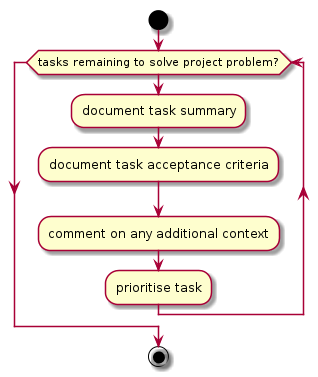
svo/role-based-access-control keeps this PlantUML diagram as documentation/process-plan-tasks.png. Above is the earlier version.
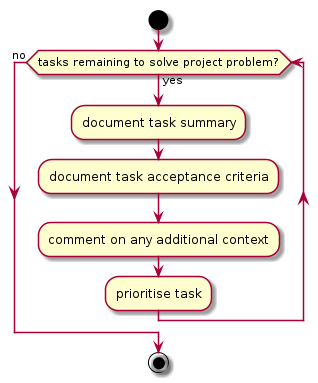
Above is the later version.

Commit message:
Updates to process System of Work activity diagram

What changed in the source:
```diff
@@ -2,12 +2,12 @@
 
 start
 
-while (tasks remaining to solve project problem?)
+while (tasks remaining to solve project problem?) is (yes)
   :document task summary;
   :document task acceptance criteria;
   :comment on any additional context;
   :prioritise task;
-endwhile
+endwhile (no)
 
 stop
 
```
